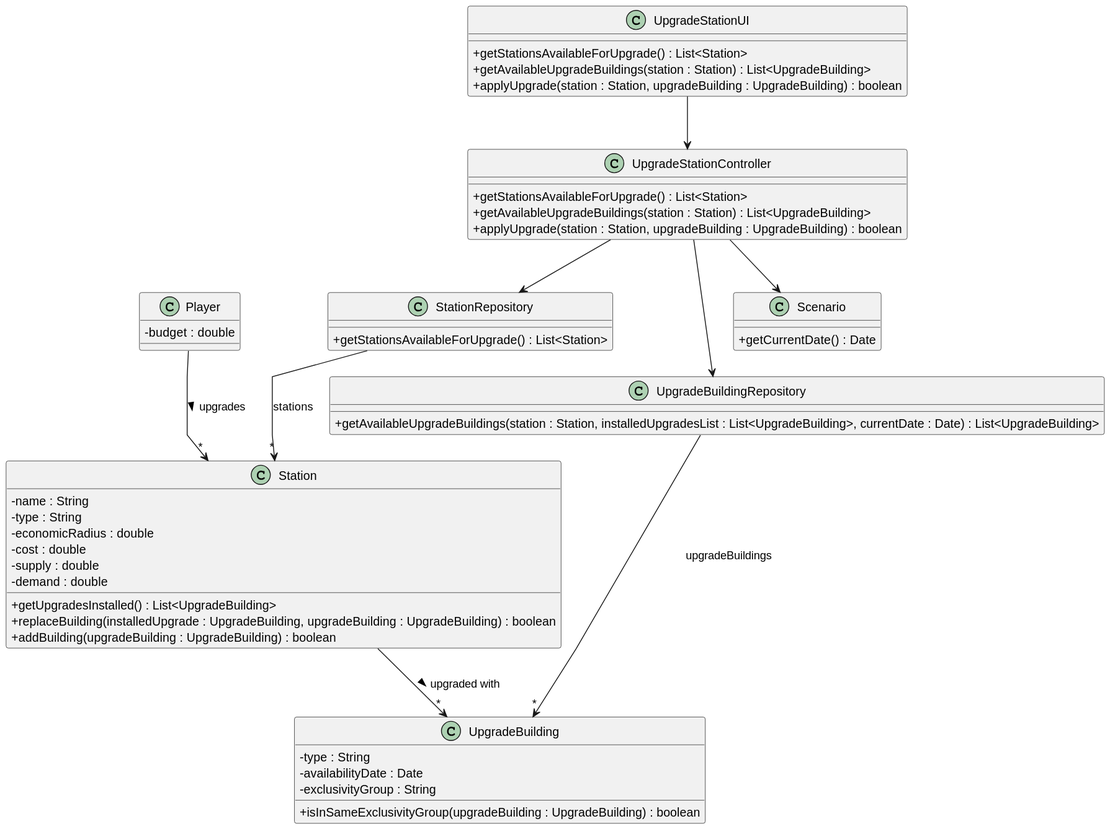
Earlier version of the PlantUML export docs/system-documentation/sprint 2/US06/03.design/svg/US006-CD.svg (Educ00/mdisc-2425).
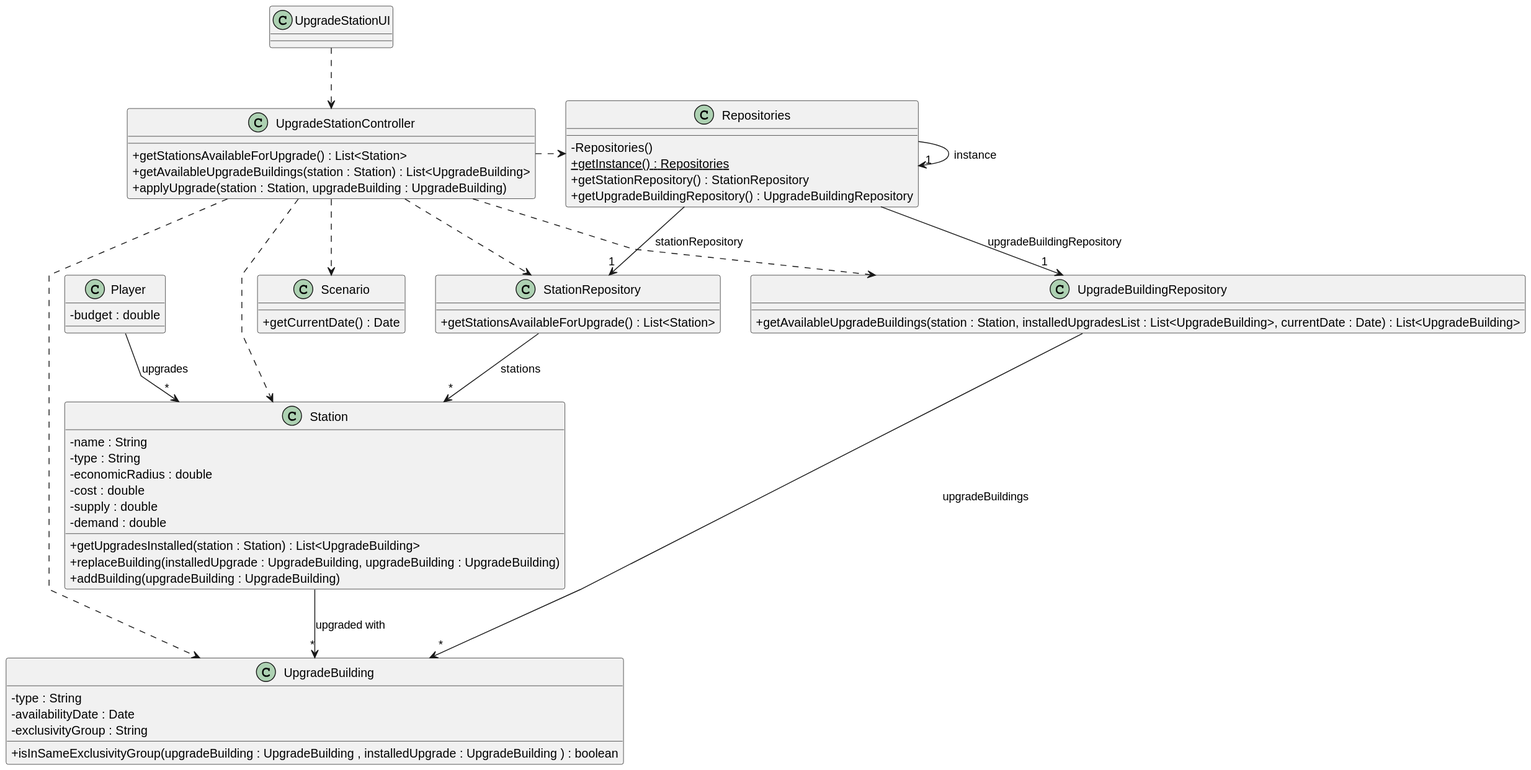
After the commit.

The edit, as a diff of the source:
```diff
@@ -9,16 +9,20 @@
 }
 
 class UpgradeStationUI {
-    + getStationsAvailableForUpgrade() : List<Station>
-    + getAvailableUpgradeBuildings(station : Station) : List<UpgradeBuilding>
-    + applyUpgrade(station : Station, upgradeBuilding : UpgradeBuilding) : boolean
 }
 
 class UpgradeStationController {
     + getStationsAvailableForUpgrade() : List<Station>
     + getAvailableUpgradeBuildings(station : Station) : List<UpgradeBuilding>
-    + applyUpgrade(station : Station, upgradeBuilding : UpgradeBuilding) : boolean
+    + applyUpgrade(station : Station, upgradeBuilding : UpgradeBuilding)
 }
+
+class Repositories {
+            - Repositories()
+            + {static} getInstance() : Repositories
+            + getStationRepository() : StationRepository
+            + getUpgradeBuildingRepository() : UpgradeBuildingRepository
+        }
 
 class StationRepository {
     + getStationsAvailableForUpgrade() : List<Station>
@@ -35,28 +39,34 @@
     - cost : double
     - supply : double
     - demand : double
-    + getUpgradesInstalled() : List<UpgradeBuilding>
-    + replaceBuilding(installedUpgrade : UpgradeBuilding, upgradeBuilding : UpgradeBuilding) : boolean
-    + addBuilding(upgradeBuilding : UpgradeBuilding) : boolean
+    + getUpgradesInstalled(station : Station) : List<UpgradeBuilding>
+    + replaceBuilding(installedUpgrade : UpgradeBuilding, upgradeBuilding : UpgradeBuilding)
+    + addBuilding(upgradeBuilding : UpgradeBuilding)
 }
 
 class UpgradeBuilding {
     - type : String
     - availabilityDate : Date
     - exclusivityGroup : String
-    + isInSameExclusivityGroup(upgradeBuilding : UpgradeBuilding) : boolean
+    + isInSameExclusivityGroup(upgradeBuilding : UpgradeBuilding , installedUpgrade : UpgradeBuilding ) : boolean
 }
 
 class Scenario {
     + getCurrentDate() : Date
 }
 
-Player --> "*" Station : upgrades >
-Station --> "*" UpgradeBuilding : upgraded with >
-UpgradeStationUI --> UpgradeStationController
-UpgradeStationController --> StationRepository
-UpgradeStationController --> UpgradeBuildingRepository
-UpgradeStationController --> Scenario
+Player --> "*" Station : upgrades
+Station --> "*" UpgradeBuilding : upgraded with
+UpgradeStationUI ..> UpgradeStationController
+UpgradeStationController .> Repositories
+Repositories -> "1" Repositories : instance
+Repositories --> "1" StationRepository : stationRepository
+Repositories --> "1" UpgradeBuildingRepository : upgradeBuildingRepository
+UpgradeStationController ..> StationRepository
+UpgradeStationController ..> UpgradeBuildingRepository
+UpgradeStationController ..> Scenario
+UpgradeStationController ..> Station
+UpgradeStationController ..> UpgradeBuilding
 StationRepository --> "*" Station : stations
 UpgradeBuildingRepository --> "*" UpgradeBuilding : upgradeBuildings
 @enduml
```
